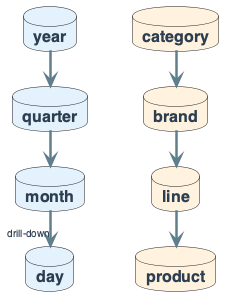
This is diagrams/week05/week5_dimension_hierarchy.png from OrPerets/data-engineering-course, a PlantUML export, as it was before one commit.
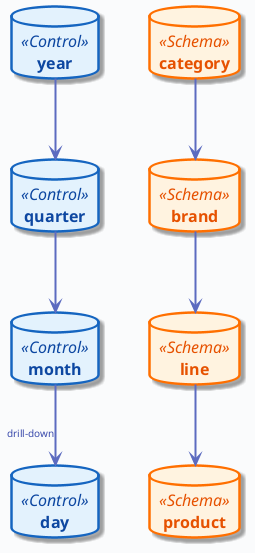
Above is the later version.

What changed in the source:
```diff
@@ -1,42 +1,21 @@
 @startuml
 
+!include ../_template_styles.puml
+
 left to right direction
-skinparam linetype ortho
-skinparam shadowing false
-skinparam roundcorner 8
-skinparam handwritten false
-skinparam nodesep 35
-skinparam ranksep 45
 
-skinparam defaultFontName "Segoe UI, Helvetica, sans-serif"
-skinparam defaultFontSize 16
-skinparam defaultFontColor #2C3E50
-
-skinparam rectangle {
-    BackgroundColor #F8F9FA
-    BorderColor #90A4AE
-    BorderThickness 2
-    FontSize 13
-    Padding 10
-}
-skinparam arrow {
-    Color #607D8B
-    Thickness 2.5
-    FontSize 11
-}
-
-database "**year**" as Y #E3F2FD
-database "**quarter**" as Q #E3F2FD
-database "**month**" as M #E3F2FD
-database "**day**" as D #E3F2FD
+database "**year**" as Y <<Control>>
+database "**quarter**" as Q <<Control>>
+database "**month**" as M <<Control>>
+database "**day**" as D <<Control>>
 Y -right-> Q
 Q -right-> M
 M -right-> D : <size:10>drill-down</size>
 
-database "**category**" as C #FFF3E0
-database "**brand**" as B #FFF3E0
-database "**line**" as L #FFF3E0
-database "**product**" as P #FFF3E0
+database "**category**" as C <<Schema>>
+database "**brand**" as B <<Schema>>
+database "**line**" as L <<Schema>>
+database "**product**" as P <<Schema>>
 C -right-> B
 B -right-> L
 L -right-> P
```
